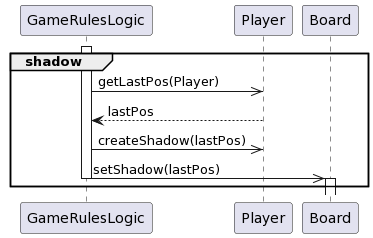
Above: doku-game/UC-8.png in PrismFox/tron-game (PlantUML), before the change.
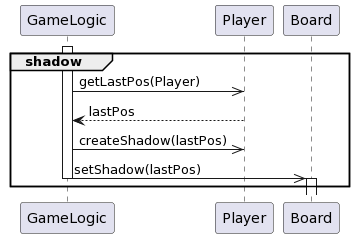
After the commit.

Change to the diagram source:
```diff
@@ -1,12 +1,12 @@
 @startuml
 group shadow
-  activate GameRulesLogic
-  GameRulesLogic ->> Player: getLastPos(Player)
-   Player --> GameRulesLogic: lastPos
-   GameRulesLogic->> Player: createShadow(lastPos)
+  activate GameLogic
+  GameLogic ->> Player: getLastPos(Player)
+   Player --> GameLogic: lastPos
+   GameLogic->> Player: createShadow(lastPos)
 
-   GameRulesLogic ->> Board: setShadow(lastPos)
-   deactivate GameRulesLogic
+   GameLogic ->> Board: setShadow(lastPos)
+   deactivate GameLogic
    activate Board
    deactivate Board
 
```
